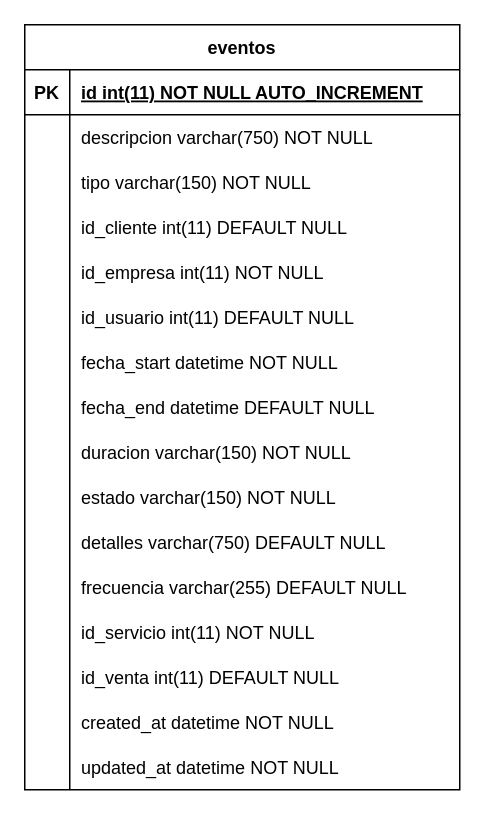
Above: page "Citas" (6 of 9) of Docs/Diagrama ER.drawio in smartpyme-app/smartpyme (draw.io), before the change. Source tidied: cells renumbered, new cells numbered last; positions are measured from the earlier drawing's top-left corner, leaving out a move shared by most shapes. Both pictures are drawn from the tidied source at 150%, with x=0, y=0 at pixel (24, 24).
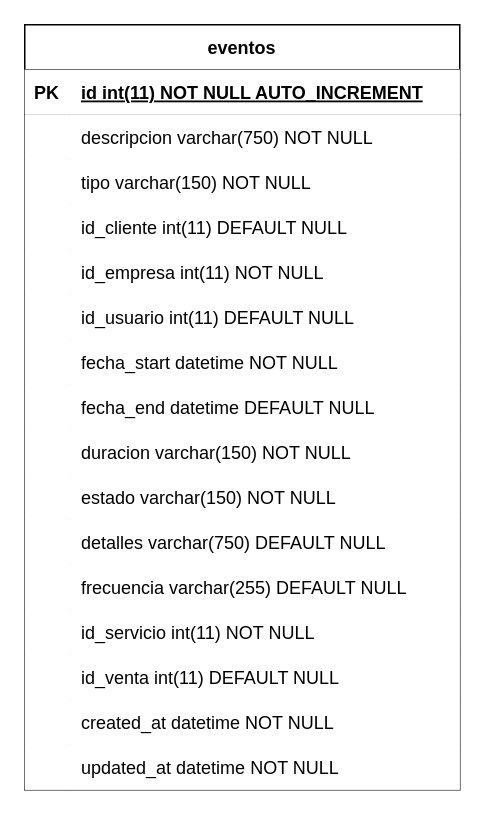
After the change.

The change refers to these unchanged cells:
```xml
<mxCell id="2" value="eventos" style="shape=table;startSize=30;childLayout=tableLayout;rowLines=0;fontStyle=1;align=center;" parent="1" vertex="1">
  <mxGeometry width="290" height="510" as="geometry" />
</mxCell>
```

What changed in the source:
```diff
@@
-    <mxCell id="3" style="shape=tableRow;horizontal=0;startSize=0;swimlaneHead=0;swimlaneBody=0;fillColor=none;strokeColor=inherit;top=0;left=0;right=0;bottom=1;" parent="2" vertex="1">
+    <mxCell id="3" style="shape=tableRow;horizontal=0;startSize=0;swimlaneHead=0;swimlaneBody=0;top=0;left=0;right=0;bottom=1;" parent="2" vertex="1">
       <mxGeometry y="30" width="290" height="30" as="geometry" />
     </mxCell>
-    <mxCell id="4" value="PK" style="shape=partialRectangle;overflow=hidden;fillColor=none;strokeColor=inherit;top=0;left=0;bottom=0;right=0;fontStyle=1;" parent="3" vertex="1">
+    <mxCell id="4" value="PK" style="shape=partialRectangle;overflow=hidden;top=0;left=0;bottom=0;right=0;fontStyle=1;" parent="3" vertex="1">
       <mxGeometry width="30" height="30" as="geometry" />
     </mxCell>
-    <mxCell id="5" value="id int(11) NOT NULL AUTO_INCREMENT " style="shape=partialRectangle;overflow=hidden;fillColor=none;align=left;strokeColor=inherit;top=0;left=0;bottom=0;right=0;spacingLeft=6;fontStyle=5;" parent="3" vertex="1">
+    <mxCell id="5" value="id int(11) NOT NULL AUTO_INCREMENT " style="shape=partialRectangle;overflow=hidden;align=left;top=0;left=0;bottom=0;right=0;spacingLeft=6;fontStyle=5;" parent="3" vertex="1">
       <mxGeometry x="30" width="260" height="30" as="geometry" />
     </mxCell>
-    <mxCell id="6" style="shape=tableRow;horizontal=0;startSize=0;swimlaneHead=0;swimlaneBody=0;fillColor=none;strokeColor=inherit;top=0;left=0;right=0;bottom=0;" parent="2" vertex="1">
+    <mxCell id="6" style="shape=tableRow;horizontal=0;startSize=0;swimlaneHead=0;swimlaneBody=0;top=0;left=0;right=0;bottom=0;" parent="2" vertex="1">
       <mxGeometry y="60" width="290" height="30" as="geometry" />
     </mxCell>
-    <mxCell id="7" style="shape=partialRectangle;overflow=hidden;fillColor=none;strokeColor=inherit;top=0;left=0;bottom=0;right=0;" parent="6" vertex="1">
+    <mxCell id="7" style="shape=partialRectangle;overflow=hidden;top=0;left=0;bottom=0;right=0;" parent="6" vertex="1">
       <mxGeometry width="30" height="30" as="geometry" />
     </mxCell>
-    <mxCell id="8" value="descripcion varchar(750) NOT NULL" style="shape=partialRectangle;overflow=hidden;fillColor=none;align=left;strokeColor=inherit;top=0;left=0;bottom=0;right=0;spacingLeft=6;" parent="6" vertex="1">
+    <mxCell id="8" value="descripcion varchar(750) NOT NULL" style="shape=partialRectangle;overflow=hidden;align=left;top=0;left=0;bottom=0;right=0;spacingLeft=6;" parent="6" vertex="1">
       <mxGeometry x="30" width="260" height="30" as="geometry" />
     </mxCell>
-    <mxCell id="9" style="shape=tableRow;horizontal=0;startSize=0;swimlaneHead=0;swimlaneBody=0;fillColor=none;strokeColor=inherit;top=0;left=0;right=0;bottom=0;" parent="2" vertex="1">
+    <mxCell id="9" style="shape=tableRow;horizontal=0;startSize=0;swimlaneHead=0;swimlaneBody=0;top=0;left=0;right=0;bottom=0;" parent="2" vertex="1">
       <mxGeometry y="90" width="290" height="30" as="geometry" />
     </mxCell>
-    <mxCell id="10" style="shape=partialRectangle;overflow=hidden;fillColor=none;strokeColor=inherit;top=0;left=0;bottom=0;right=0;" parent="9" vertex="1">
+    <mxCell id="10" style="shape=partialRectangle;overflow=hidden;top=0;left=0;bottom=0;right=0;" parent="9" vertex="1">
       <mxGeometry width="30" height="30" as="geometry" />
     </mxCell>
-    <mxCell id="11" value="tipo varchar(150) NOT NULL" style="shape=partialRectangle;overflow=hidden;fillColor=none;align=left;strokeColor=inherit;top=0;left=0;bottom=0;right=0;spacingLeft=6;" parent="9" vertex="1">
+    <mxCell id="11" value="tipo varchar(150) NOT NULL" style="shape=partialRectangle;overflow=hidden;align=left;top=0;left=0;bottom=0;right=0;spacingLeft=6;" parent="9" vertex="1">
       <mxGeometry x="30" width="260" height="30" as="geometry" />
     </mxCell>
-    <mxCell id="12" style="shape=tableRow;horizontal=0;startSize=0;swimlaneHead=0;swimlaneBody=0;fillColor=none;strokeColor=inherit;top=0;left=0;right=0;bottom=0;" parent="2" vertex="1">
+    <mxCell id="12" style="shape=tableRow;horizontal=0;startSize=0;swimlaneHead=0;swimlaneBody=0;top=0;left=0;right=0;bottom=0;" parent="2" vertex="1">
       <mxGeometry y="120" width="290" height="30" as="geometry" />
     </mxCell>
-    <mxCell id="13" style="shape=partialRectangle;overflow=hidden;fillColor=none;strokeColor=inherit;top=0;left=0;bottom=0;right=0;" parent="12" vertex="1">
+    <mxCell id="13" style="shape=partialRectangle;overflow=hidden;top=0;left=0;bottom=0;right=0;" parent="12" vertex="1">
       <mxGeometry width="30" height="30" as="geometry" />
     </mxCell>
-    <mxCell id="14" value="id_cliente int(11) DEFAULT NULL" style="shape=partialRectangle;overflow=hidden;fillColor=none;align=left;strokeColor=inherit;top=0;left=0;bottom=0;right=0;spacingLeft=6;" parent="12" vertex="1">
+    <mxCell id="14" value="id_cliente int(11) DEFAULT NULL" style="shape=partialRectangle;overflow=hidden;align=left;top=0;left=0;bottom=0;right=0;spacingLeft=6;" parent="12" vertex="1">
       <mxGeometry x="30" width="260" height="30" as="geometry" />
     </mxCell>
-    <mxCell id="15" style="shape=tableRow;horizontal=0;startSize=0;swimlaneHead=0;swimlaneBody=0;fillColor=none;strokeColor=inherit;top=0;left=0;right=0;bottom=0;" parent="2" vertex="1">
+    <mxCell id="15" style="shape=tableRow;horizontal=0;startSize=0;swimlaneHead=0;swimlaneBody=0;top=0;left=0;right=0;bottom=0;" parent="2" vertex="1">
       <mxGeometry y="150" width="290" height="30" as="geometry" />
     </mxCell>
-    <mxCell id="16" style="shape=partialRectangle;overflow=hidden;fillColor=none;strokeColor=inherit;top=0;left=0;bottom=0;right=0;" parent="15" vertex="1">
+    <mxCell id="16" style="shape=partialRectangle;overflow=hidden;top=0;left=0;bottom=0;right=0;" parent="15" vertex="1">
       <mxGeometry width="30" height="30" as="geometry" />
     </mxCell>
-    <mxCell id="17" value="id_empresa int(11) NOT NULL" style="shape=partialRectangle;overflow=hidden;fillColor=none;align=left;strokeColor=inherit;top=0;left=0;bottom=0;right=0;spacingLeft=6;" parent="15" vertex="1">
+    <mxCell id="17" value="id_empresa int(11) NOT NULL" style="shape=partialRectangle;overflow=hidden;align=left;top=0;left=0;bottom=0;right=0;spacingLeft=6;" parent="15" vertex="1">
       <mxGeometry x="30" width="260" height="30" as="geometry" />
     </mxCell>
-    <mxCell id="18" style="shape=tableRow;horizontal=0;startSize=0;swimlaneHead=0;swimlaneBody=0;fillColor=none;strokeColor=inherit;top=0;left=0;right=0;bottom=0;" parent="2" vertex="1">
+    <mxCell id="18" style="shape=tableRow;horizontal=0;startSize=0;swimlaneHead=0;swimlaneBody=0;top=0;left=0;right=0;bottom=0;" parent="2" vertex="1">
       <mxGeometry y="180" width="290" height="30" as="geometry" />
     </mxCell>
-    <mxCell id="19" style="shape=partialRectangle;overflow=hidden;fillColor=none;strokeColor=inherit;top=0;left=0;bottom=0;right=0;" parent="18" vertex="1">
+    <mxCell id="19" style="shape=partialRectangle;overflow=hidden;top=0;left=0;bottom=0;right=0;" parent="18" vertex="1">
       <mxGeometry width="30" height="30" as="geometry" />
     </mxCell>
-    <mxCell id="20" value="id_usuario int(11) DEFAULT NULL" style="shape=partialRectangle;overflow=hidden;fillColor=none;align=left;strokeColor=inherit;top=0;left=0;bottom=0;right=0;spacingLeft=6;" parent="18" vertex="1">
+    <mxCell id="20" value="id_usuario int(11) DEFAULT NULL" style="shape=partialRectangle;overflow=hidden;align=left;top=0;left=0;bottom=0;right=0;spacingLeft=6;" parent="18" vertex="1">
       <mxGeometry x="30" width="260" height="30" as="geometry" />
     </mxCell>
-    <mxCell id="21" style="shape=tableRow;horizontal=0;startSize=0;swimlaneHead=0;swimlaneBody=0;fillColor=none;strokeColor=inherit;top=0;left=0;right=0;bottom=0;" parent="2" vertex="1">
+    <mxCell id="21" style="shape=tableRow;horizontal=0;startSize=0;swimlaneHead=0;swimlaneBody=0;top=0;left=0;right=0;bottom=0;" parent="2" vertex="1">
       <mxGeometry y="210" width="290" height="30" as="geometry" />
     </mxCell>
-    <mxCell id="22" style="shape=partialRectangle;overflow=hidden;fillColor=none;strokeColor=inherit;top=0;left=0;bottom=0;right=0;" parent="21" vertex="1">
+    <mxCell id="22" style="shape=partialRectangle;overflow=hidden;top=0;left=0;bottom=0;right=0;" parent="21" vertex="1">
       <mxGeometry width="30" height="30" as="geometry" />
     </mxCell>
-    <mxCell id="23" value="fecha_start datetime NOT NULL" style="shape=partialRectangle;overflow=hidden;fillColor=none;align=left;strokeColor=inherit;top=0;left=0;bottom=0;right=0;spacingLeft=6;" parent="21" vertex="1">
+    <mxCell id="23" value="fecha_start datetime NOT NULL" style="shape=partialRectangle;overflow=hidden;align=left;top=0;left=0;bottom=0;right=0;spacingLeft=6;" parent="21" vertex="1">
       <mxGeometry x="30" width="260" height="30" as="geometry" />
     </mxCell>
-    <mxCell id="24" style="shape=tableRow;horizontal=0;startSize=0;swimlaneHead=0;swimlaneBody=0;fillColor=none;strokeColor=inherit;top=0;left=0;right=0;bottom=0;" parent="2" vertex="1">
+    <mxCell id="24" style="shape=tableRow;horizontal=0;startSize=0;swimlaneHead=0;swimlaneBody=0;top=0;left=0;right=0;bottom=0;" parent="2" vertex="1">
       <mxGeometry y="240" width="290" height="30" as="geometry" />
     </mxCell>
-    <mxCell id="25" style="shape=partialRectangle;overflow=hidden;fillColor=none;strokeColor=inherit;top=0;left=0;bottom=0;right=0;" parent="24" vertex="1">
+    <mxCell id="25" style="shape=partialRectangle;overflow=hidden;top=0;left=0;bottom=0;right=0;" parent="24" vertex="1">
       <mxGeometry width="30" height="30" as="geometry" />
     </mxCell>
-    <mxCell id="26" value="fecha_end datetime DEFAULT NULL" style="shape=partialRectangle;overflow=hidden;fillColor=none;align=left;strokeColor=inherit;top=0;left=0;bottom=0;right=0;spacingLeft=6;" parent="24" vertex="1">
+    <mxCell id="26" value="fecha_end datetime DEFAULT NULL" style="shape=partialRectangle;overflow=hidden;align=left;top=0;left=0;bottom=0;right=0;spacingLeft=6;" parent="24" vertex="1">
       <mxGeometry x="30" width="260" height="30" as="geometry" />
     </mxCell>
-    <mxCell id="27" style="shape=tableRow;horizontal=0;startSize=0;swimlaneHead=0;swimlaneBody=0;fillColor=none;strokeColor=inherit;top=0;left=0;right=0;bottom=0;" parent="2" vertex="1">
+    <mxCell id="27" style="shape=tableRow;horizontal=0;startSize=0;swimlaneHead=0;swimlaneBody=0;top=0;left=0;right=0;bottom=0;" parent="2" vertex="1">
       <mxGeometry y="270" width="290" height="30" as="geometry" />
     </mxCell>
-    <mxCell id="28" style="shape=partialRectangle;overflow=hidden;fillColor=none;strokeColor=inherit;top=0;left=0;bottom=0;right=0;" parent="27" vertex="1">
+    <mxCell id="28" style="shape=partialRectangle;overflow=hidden;top=0;left=0;bottom=0;right=0;" parent="27" vertex="1">
       <mxGeometry width="30" height="30" as="geometry" />
     </mxCell>
-    <mxCell id="29" value="duracion varchar(150) NOT NULL" style="shape=partialRectangle;overflow=hidden;fillColor=none;align=left;strokeColor=inherit;top=0;left=0;bottom=0;right=0;spacingLeft=6;" parent="27" vertex="1">
+    <mxCell id="29" value="duracion varchar(150) NOT NULL" style="shape=partialRectangle;overflow=hidden;align=left;top=0;left=0;bottom=0;right=0;spacingLeft=6;" parent="27" vertex="1">
       <mxGeometry x="30" width="260" height="30" as="geometry" />
     </mxCell>
-    <mxCell id="30" style="shape=tableRow;horizontal=0;startSize=0;swimlaneHead=0;swimlaneBody=0;fillColor=none;strokeColor=inherit;top=0;left=0;right=0;bottom=0;" parent="2" vertex="1">
+    <mxCell id="30" style="shape=tableRow;horizontal=0;startSize=0;swimlaneHead=0;swimlaneBody=0;top=0;left=0;right=0;bottom=0;" parent="2" vertex="1">
       <mxGeometry y="300" width="290" height="30" as="geometry" />
     </mxCell>
-    <mxCell id="31" style="shape=partialRectangle;overflow=hidden;fillColor=none;strokeColor=inherit;top=0;left=0;bottom=0;right=0;" parent="30" vertex="1">
+    <mxCell id="31" style="shape=partialRectangle;overflow=hidden;top=0;left=0;bottom=0;right=0;" parent="30" vertex="1">
       <mxGeometry width="30" height="30" as="geometry" />
     </mxCell>
-    <mxCell id="32" value="estado varchar(150) NOT NULL" style="shape=partialRectangle;overflow=hidden;fillColor=none;align=left;strokeColor=inherit;top=0;left=0;bottom=0;right=0;spacingLeft=6;" parent="30" vertex="1">
+    <mxCell id="32" value="estado varchar(150) NOT NULL" style="shape=partialRectangle;overflow=hidden;align=left;top=0;left=0;bottom=0;right=0;spacingLeft=6;" parent="30" vertex="1">
       <mxGeometry x="30" width="260" height="30" as="geometry" />
     </mxCell>
-    <mxCell id="33" style="shape=tableRow;horizontal=0;startSize=0;swimlaneHead=0;swimlaneBody=0;fillColor=none;strokeColor=inherit;top=0;left=0;right=0;bottom=0;" parent="2" vertex="1">
+    <mxCell id="33" style="shape=tableRow;horizontal=0;startSize=0;swimlaneHead=0;swimlaneBody=0;top=0;left=0;right=0;bottom=0;" parent="2" vertex="1">
       <mxGeometry y="330" width="290" height="30" as="geometry" />
     </mxCell>
-    <mxCell id="34" style="shape=partialRectangle;overflow=hidden;fillColor=none;strokeColor=inherit;top=0;left=0;bottom=0;right=0;" parent="33" vertex="1">
+    <mxCell id="34" style="shape=partialRectangle;overflow=hidden;top=0;left=0;bottom=0;right=0;" parent="33" vertex="1">
       <mxGeometry width="30" height="30" as="geometry" />
     </mxCell>
-    <mxCell id="35" value="detalles varchar(750) DEFAULT NULL" style="shape=partialRectangle;overflow=hidden;fillColor=none;align=left;strokeColor=inherit;top=0;left=0;bottom=0;right=0;spacingLeft=6;" parent="33" vertex="1">
+    <mxCell id="35" value="detalles varchar(750) DEFAULT NULL" style="shape=partialRectangle;overflow=hidden;align=left;top=0;left=0;bottom=0;right=0;spacingLeft=6;" parent="33" vertex="1">
       <mxGeometry x="30" width="260" height="30" as="geometry" />
     </mxCell>
-    <mxCell id="36" style="shape=tableRow;horizontal=0;startSize=0;swimlaneHead=0;swimlaneBody=0;fillColor=none;strokeColor=inherit;top=0;left=0;right=0;bottom=0;" parent="2" vertex="1">
+    <mxCell id="36" style="shape=tableRow;horizontal=0;startSize=0;swimlaneHead=0;swimlaneBody=0;top=0;left=0;right=0;bottom=0;" parent="2" vertex="1">
       <mxGeometry y="360" width="290" height="30" as="geometry" />
     </mxCell>
-    <mxCell id="37" style="shape=partialRectangle;overflow=hidden;fillColor=none;strokeColor=inherit;top=0;left=0;bottom=0;right=0;" parent="36" vertex="1">
+    <mxCell id="37" style="shape=partialRectangle;overflow=hidden;top=0;left=0;bottom=0;right=0;" parent="36" vertex="1">
       <mxGeometry width="30" height="30" as="geometry" />
     </mxCell>
-    <mxCell id="38" value="frecuencia varchar(255) DEFAULT NULL" style="shape=partialRectangle;overflow=hidden;fillColor=none;align=left;strokeColor=inherit;top=0;left=0;bottom=0;right=0;spacingLeft=6;" parent="36" vertex="1">
+    <mxCell id="38" value="frecuencia varchar(255) DEFAULT NULL" style="shape=partialRectangle;overflow=hidden;align=left;top=0;left=0;bottom=0;right=0;spacingLeft=6;" parent="36" vertex="1">
       <mxGeometry x="30" width="260" height="30" as="geometry" />
     </mxCell>
-    <mxCell id="39" style="shape=tableRow;horizontal=0;startSize=0;swimlaneHead=0;swimlaneBody=0;fillColor=none;strokeColor=inherit;top=0;left=0;right=0;bottom=0;" parent="2" vertex="1">
+    <mxCell id="39" style="shape=tableRow;horizontal=0;startSize=0;swimlaneHead=0;swimlaneBody=0;top=0;left=0;right=0;bottom=0;" parent="2" vertex="1">
       <mxGeometry y="390" width="290" height="30" as="geometry" />
     </mxCell>
-    <mxCell id="40" style="shape=partialRectangle;overflow=hidden;fillColor=none;strokeColor=inherit;top=0;left=0;bottom=0;right=0;" parent="39" vertex="1">
+    <mxCell id="40" style="shape=partialRectangle;overflow=hidden;top=0;left=0;bottom=0;right=0;" parent="39" vertex="1">
       <mxGeometry width="30" height="30" as="geometry" />
     </mxCell>
-    <mxCell id="41" value="id_servicio int(11) NOT NULL" style="shape=partialRectangle;overflow=hidden;fillColor=none;align=left;strokeColor=inherit;top=0;left=0;bottom=0;right=0;spacingLeft=6;" parent="39" vertex="1">
+    <mxCell id="41" value="id_servicio int(11) NOT NULL" style="shape=partialRectangle;overflow=hidden;align=left;top=0;left=0;bottom=0;right=0;spacingLeft=6;" parent="39" vertex="1">
       <mxGeometry x="30" width="260" height="30" as="geometry" />
     </mxCell>
-    <mxCell id="42" style="shape=tableRow;horizontal=0;startSize=0;swimlaneHead=0;swimlaneBody=0;fillColor=none;strokeColor=inherit;top=0;left=0;right=0;bottom=0;" parent="2" vertex="1">
+    <mxCell id="42" style="shape=tableRow;horizontal=0;startSize=0;swimlaneHead=0;swimlaneBody=0;top=0;left=0;right=0;bottom=0;" parent="2" vertex="1">
       <mxGeometry y="420" width="290" height="30" as="geometry" />
     </mxCell>
-    <mxCell id="43" style="shape=partialRectangle;overflow=hidden;fillColor=none;strokeColor=inherit;top=0;left=0;bottom=0;right=0;" parent="42" vertex="1">
+    <mxCell id="43" style="shape=partialRectangle;overflow=hidden;top=0;left=0;bottom=0;right=0;" parent="42" vertex="1">
       <mxGeometry width="30" height="30" as="geometry" />
     </mxCell>
-    <mxCell id="44" value="id_venta int(11) DEFAULT NULL" style="shape=partialRectangle;overflow=hidden;fillColor=none;align=left;strokeColor=inherit;top=0;left=0;bottom=0;right=0;spacingLeft=6;" parent="42" vertex="1">
+    <mxCell id="44" value="id_venta int(11) DEFAULT NULL" style="shape=partialRectangle;overflow=hidden;align=left;top=0;left=0;bottom=0;right=0;spacingLeft=6;" parent="42" vertex="1">
       <mxGeometry x="30" width="260" height="30" as="geometry" />
     </mxCell>
-    <mxCell id="45" style="shape=tableRow;horizontal=0;startSize=0;swimlaneHead=0;swimlaneBody=0;fillColor=none;strokeColor=inherit;top=0;left=0;right=0;bottom=0;" parent="2" vertex="1">
+    <mxCell id="45" style="shape=tableRow;horizontal=0;startSize=0;swimlaneHead=0;swimlaneBody=0;top=0;left=0;right=0;bottom=0;" parent="2" vertex="1">
       <mxGeometry y="450" width="290" height="30" as="geometry" />
     </mxCell>
-    <mxCell id="46" style="shape=partialRectangle;overflow=hidden;fillColor=none;strokeColor=inherit;top=0;left=0;bottom=0;right=0;" parent="45" vertex="1">
+    <mxCell id="46" style="shape=partialRectangle;overflow=hidden;top=0;left=0;bottom=0;right=0;" parent="45" vertex="1">
       <mxGeometry width="30" height="30" as="geometry" />
     </mxCell>
-    <mxCell id="47" value="created_at datetime NOT NULL" style="shape=partialRectangle;overflow=hidden;fillColor=none;align=left;strokeColor=inherit;top=0;left=0;bottom=0;right=0;spacingLeft=6;" parent="45" vertex="1">
+    <mxCell id="47" value="created_at datetime NOT NULL" style="shape=partialRectangle;overflow=hidden;align=left;top=0;left=0;bottom=0;right=0;spacingLeft=6;" parent="45" vertex="1">
       <mxGeometry x="30" width="260" height="30" as="geometry" />
     </mxCell>
-    <mxCell id="48" style="shape=tableRow;horizontal=0;startSize=0;swimlaneHead=0;swimlaneBody=0;fillColor=none;strokeColor=inherit;top=0;left=0;right=0;bottom=0;" parent="2" vertex="1">
+    <mxCell id="48" style="shape=tableRow;horizontal=0;startSize=0;swimlaneHead=0;swimlaneBody=0;top=0;left=0;right=0;bottom=0;" parent="2" vertex="1">
       <mxGeometry y="480" width="290" height="30" as="geometry" />
     </mxCell>
-    <mxCell id="49" style="shape=partialRectangle;overflow=hidden;fillColor=none;strokeColor=inherit;top=0;left=0;bottom=0;right=0;" parent="48" vertex="1">
+    <mxCell id="49" style="shape=partialRectangle;overflow=hidden;top=0;left=0;bottom=0;right=0;" parent="48" vertex="1">
       <mxGeometry width="30" height="30" as="geometry" />
     </mxCell>
-    <mxCell id="50" value="updated_at datetime NOT NULL" style="shape=partialRectangle;overflow=hidden;fillColor=none;align=left;strokeColor=inherit;top=0;left=0;bottom=0;right=0;spacingLeft=6;" parent="48" vertex="1">
+    <mxCell id="50" value="updated_at datetime NOT NULL" style="shape=partialRectangle;overflow=hidden;align=left;top=0;left=0;bottom=0;right=0;spacingLeft=6;" parent="48" vertex="1">
       <mxGeometry x="30" width="260" height="30" as="geometry" />
     </mxCell>
```
